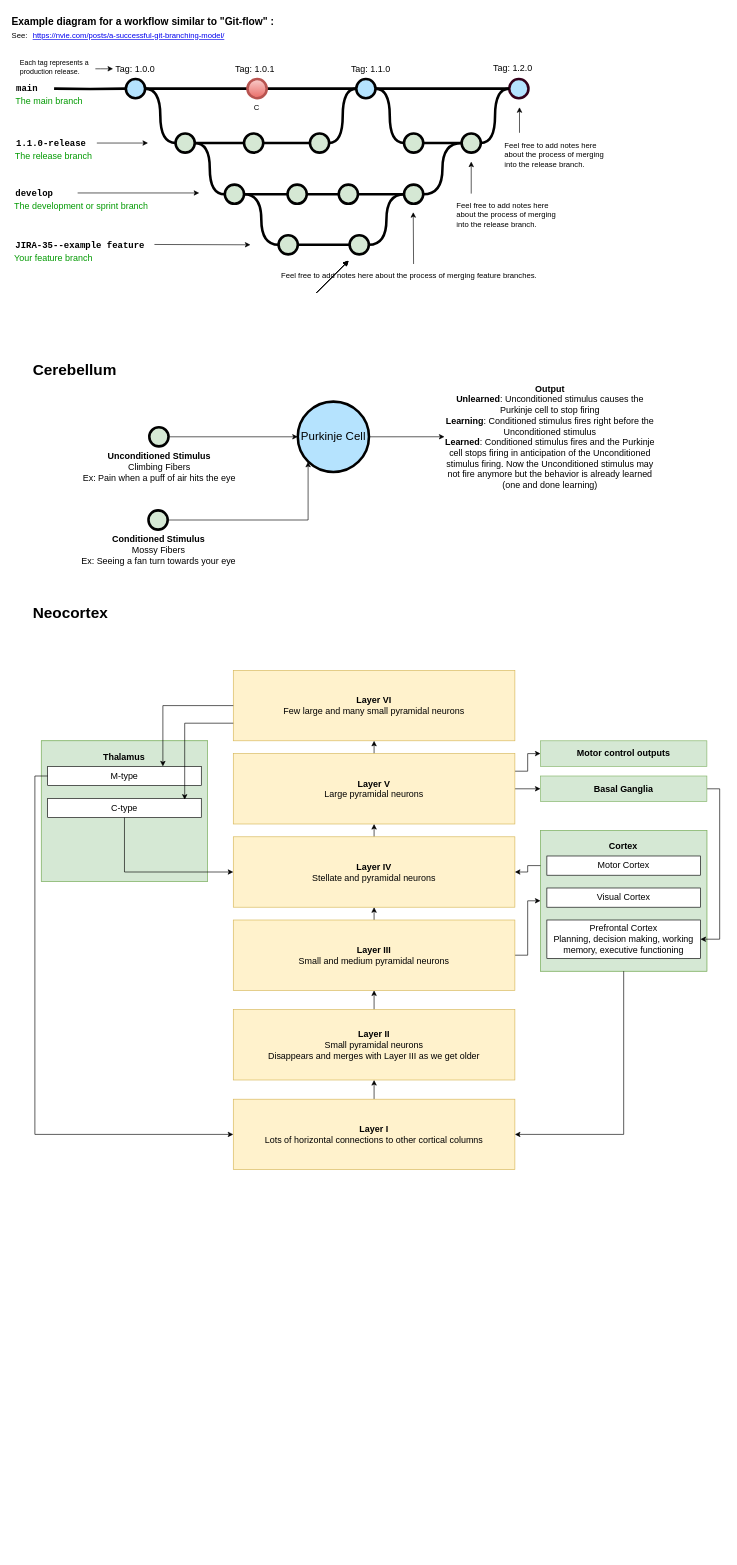
djsamseng/BusinessPlan keeps this draw.io diagram as BrainDiagram.drawio. Above is the earlier version. Source tidied: cells renumbered, new cells numbered last; positions are measured from the earlier drawing's top-left corner, leaving out a move shared by most shapes. Both pictures are drawn from the tidied source at 64%, with x=0, y=0 at pixel (10, 11).
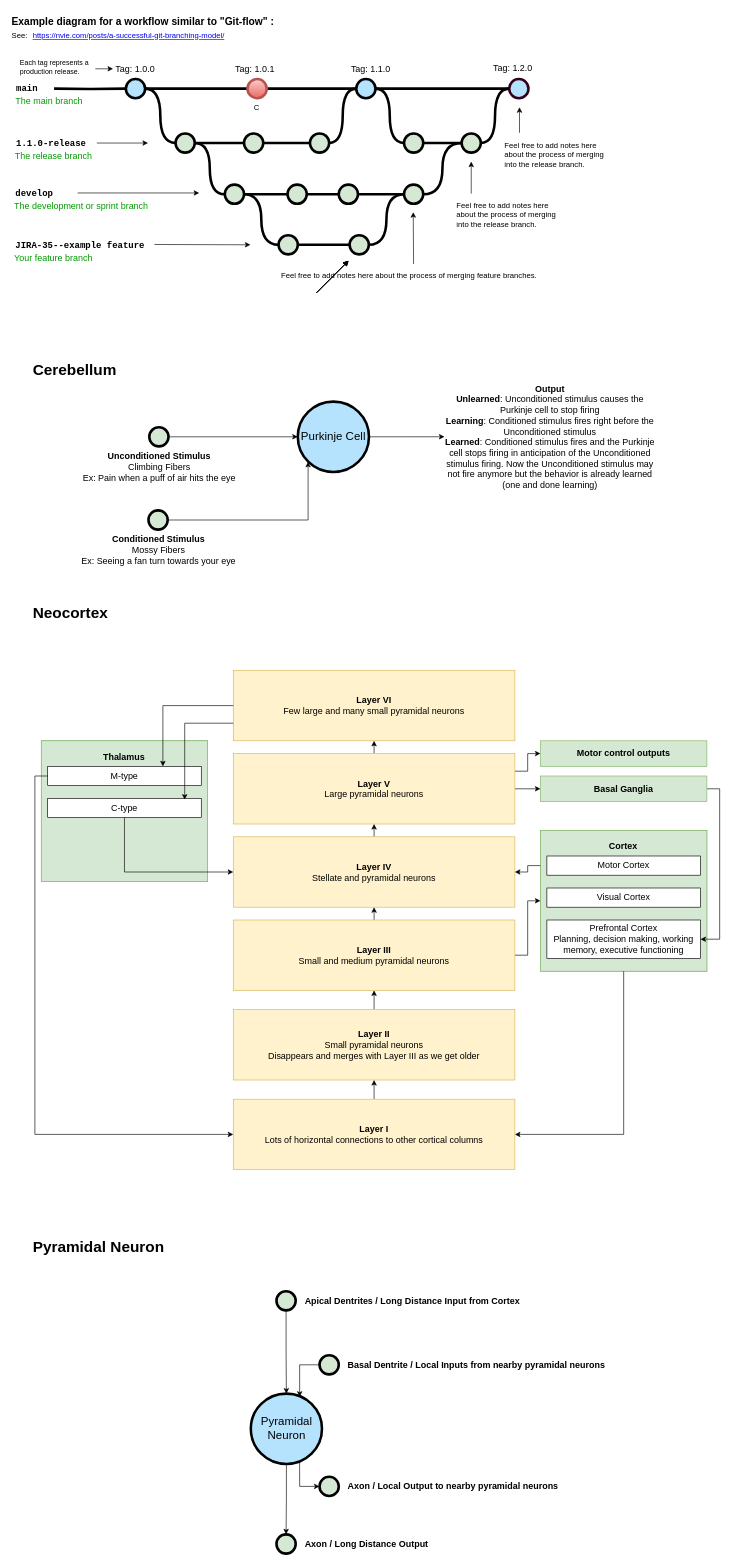
After the change.

Commit message:
Add Pyramidal Neuron

Change to the diagram source:
```diff
@@
+    <mxCell id="111" value="&lt;font style=&quot;font-size: 24px;&quot;&gt;Pyramidal Neuron&lt;/font&gt;" style="text;whiteSpace=wrap;html=1;fontStyle=1;fontSize=16;" parent="1" vertex="1">
+      <mxGeometry x="33" y="1910" width="427.8" height="20" as="geometry" />
+    </mxCell>
+    <mxCell id="112" value="&lt;font style=&quot;font-size: 18px;&quot;&gt;Pyramidal &lt;br&gt;Neuron&lt;/font&gt;" style="verticalLabelPosition=middle;verticalAlign=middle;strokeWidth=4;shape=mxgraph.flowchart.on-page_reference;plain-blue;gradientColor=none;fillColor=#B5E3Fe;strokeColor=#000000;horizontal=1;html=1;labelPosition=center;align=center;" parent="1" vertex="1">
+      <mxGeometry x="375.4" y="2160" width="111.2" height="110" as="geometry" />
+    </mxCell>
+    <mxCell id="113" value="&lt;div style=&quot;text-align: center;&quot;&gt;&lt;b style=&quot;font-size: 14px; background-color: initial;&quot;&gt;Apical Dentrites / Long Distance Input from Cortex&lt;/b&gt;&lt;/div&gt;" style="verticalLabelPosition=middle;verticalAlign=middle;html=1;strokeWidth=4;shape=mxgraph.flowchart.on-page_reference;plain-purple;gradientColor=none;strokeColor=#000000;fillColor=#D5E8D4;labelPosition=right;align=left;spacingLeft=12;" parent="1" vertex="1">
+      <mxGeometry x="415.5" y="2000" width="30" height="30" as="geometry" />
+    </mxCell>
+    <mxCell id="114" style="edgeStyle=orthogonalEdgeStyle;rounded=0;jettySize=auto;html=1;exitX=0.5;exitY=1;exitDx=0;exitDy=0;exitPerimeter=0;entryX=0.5;entryY=0;entryDx=0;entryDy=0;entryPerimeter=0;" parent="1" edge="1" source="113" target="112">
+      <mxGeometry relative="1" as="geometry" />
+    </mxCell>
+    <mxCell id="115" value="&lt;div style=&quot;text-align: center;&quot;&gt;&lt;span style=&quot;font-size: 14px;&quot;&gt;&lt;b&gt;Axon / Long Distance Output&lt;/b&gt;&lt;/span&gt;&lt;/div&gt;" style="verticalLabelPosition=middle;verticalAlign=middle;html=1;strokeWidth=4;shape=mxgraph.flowchart.on-page_reference;plain-purple;gradientColor=none;strokeColor=#000000;fillColor=#D5E8D4;labelPosition=right;align=left;spacingLeft=12;" parent="1" vertex="1">
+      <mxGeometry x="415.5" y="2380" width="30" height="30" as="geometry" />
+    </mxCell>
+    <mxCell id="116" style="edgeStyle=orthogonalEdgeStyle;rounded=0;jettySize=auto;html=1;exitX=0.5;exitY=1;exitDx=0;exitDy=0;exitPerimeter=0;entryX=0.5;entryY=0;entryDx=0;entryDy=0;entryPerimeter=0;" parent="1" edge="1" source="112" target="115">
+      <mxGeometry relative="1" as="geometry" />
+    </mxCell>
+    <mxCell id="117" value="&lt;div style=&quot;text-align: center;&quot;&gt;&lt;span style=&quot;font-size: 14px;&quot;&gt;&lt;b&gt;Basal Dentrite / Local Inputs from nearby pyramidal neurons&lt;/b&gt;&lt;/span&gt;&lt;/div&gt;" style="verticalLabelPosition=middle;verticalAlign=middle;html=1;strokeWidth=4;shape=mxgraph.flowchart.on-page_reference;plain-purple;gradientColor=none;strokeColor=#000000;fillColor=#D5E8D4;labelPosition=right;align=left;spacingLeft=12;" parent="1" vertex="1">
+      <mxGeometry x="482.8" y="2100" width="30" height="30" as="geometry" />
+    </mxCell>
+    <mxCell id="118" style="edgeStyle=orthogonalEdgeStyle;rounded=0;jettySize=auto;html=1;exitX=0;exitY=0.5;exitDx=0;exitDy=0;exitPerimeter=0;entryX=0.686;entryY=0.045;entryDx=0;entryDy=0;entryPerimeter=0;" parent="1" edge="1" source="117" target="112">
+      <mxGeometry relative="1" as="geometry" />
+    </mxCell>
+    <mxCell id="119" value="&lt;div style=&quot;text-align: center;&quot;&gt;&lt;span style=&quot;font-size: 14px;&quot;&gt;&lt;b&gt;Axon / Local Output to nearby pyramidal neurons&lt;/b&gt;&lt;/span&gt;&lt;/div&gt;" style="verticalLabelPosition=middle;verticalAlign=middle;html=1;strokeWidth=4;shape=mxgraph.flowchart.on-page_reference;plain-purple;gradientColor=none;strokeColor=#000000;fillColor=#D5E8D4;labelPosition=right;align=left;spacingLeft=12;" parent="1" vertex="1">
+      <mxGeometry x="482.8" y="2290" width="30" height="30" as="geometry" />
+    </mxCell>
+    <mxCell id="120" style="edgeStyle=orthogonalEdgeStyle;rounded=0;jettySize=auto;html=1;exitX=0.686;exitY=0.982;exitDx=0;exitDy=0;exitPerimeter=0;entryX=0;entryY=0.5;entryDx=0;entryDy=0;entryPerimeter=0;" parent="1" edge="1" source="112" target="119">
+      <mxGeometry relative="1" as="geometry" />
+    </mxCell>
```
